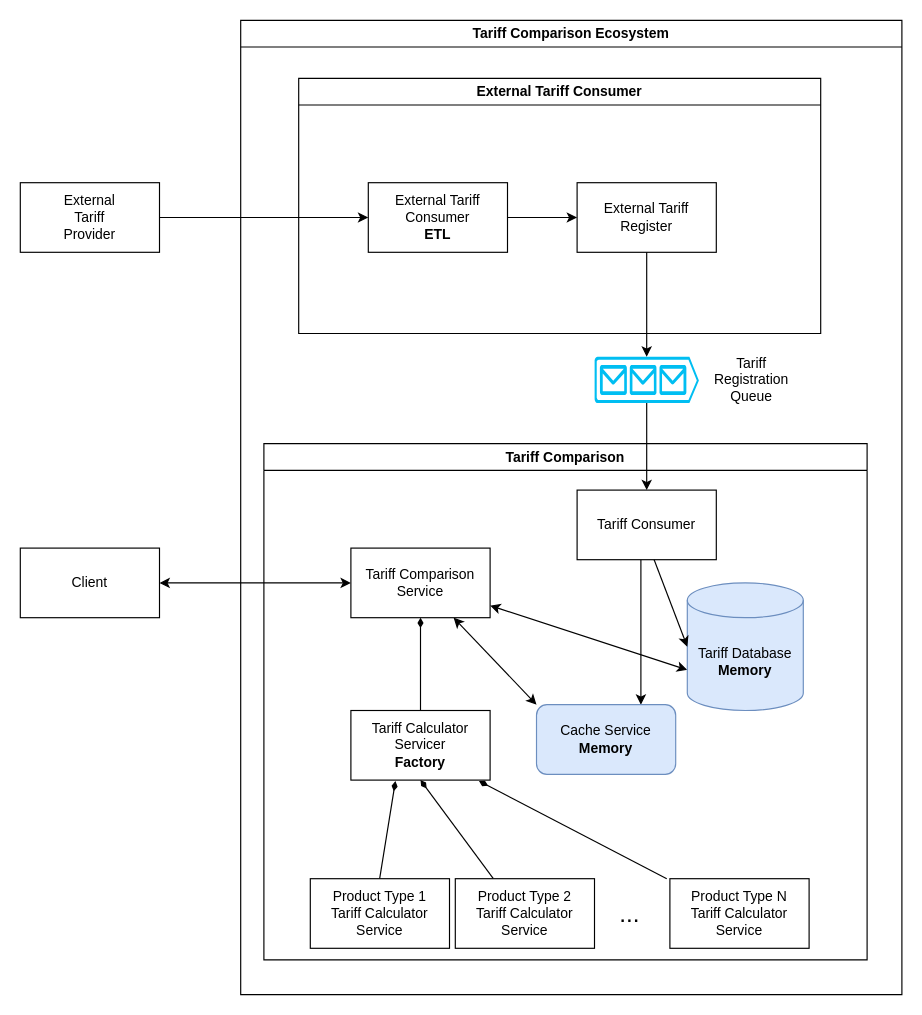
Earlier version of the draw.io diagram back/diagrams/[Implemented Solution] tariff-comparison.drawio (claudiossjr/tariff-comparison). Source tidied: cells renumbered, new cells numbered last; positions are measured from the earlier drawing's top-left corner, leaving out a move shared by most shapes. Both pictures are drawn from the tidied source at 116%, with x=0, y=0 at pixel (20, 20).
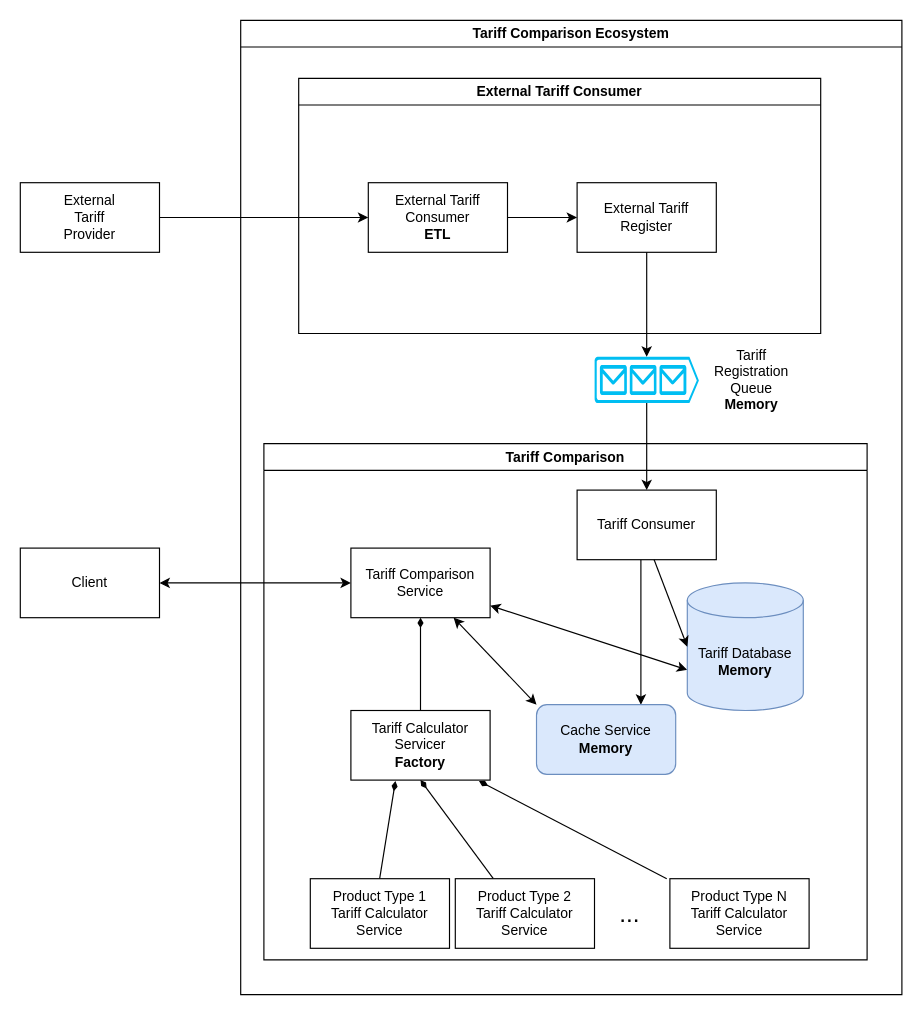
The same diagram, later.

Commit message:
update solution's diagram

Unchanged cells that the change refers to:
```xml
<mxCell id="6" value="Tariff Comparison Ecosystem" style="swimlane;whiteSpace=wrap;html=1;" parent="1" vertex="1">
  <mxGeometry x="190" width="570" height="840" as="geometry" />
</mxCell>
```

What changed in the source:
```diff
@@
-    <mxCell id="32" value="Tariff &lt;br&gt;Registration &lt;br&gt;Queue" style="text;html=1;align=center;verticalAlign=middle;strokeColor=none;fillColor=none;" parent="6" vertex="1">
-      <mxGeometry x="395" y="280" width="90" height="60" as="geometry" />
+    <mxCell id="32" value="Tariff &lt;br&gt;Registration &lt;br&gt;Queue&lt;br&gt;&lt;b&gt;Memory&lt;/b&gt;" style="text;html=1;align=center;verticalAlign=middle;strokeColor=none;fillColor=none;" parent="6" vertex="1">
+      <mxGeometry x="395" y="275" width="90" height="70" as="geometry" />
     </mxCell>
```
